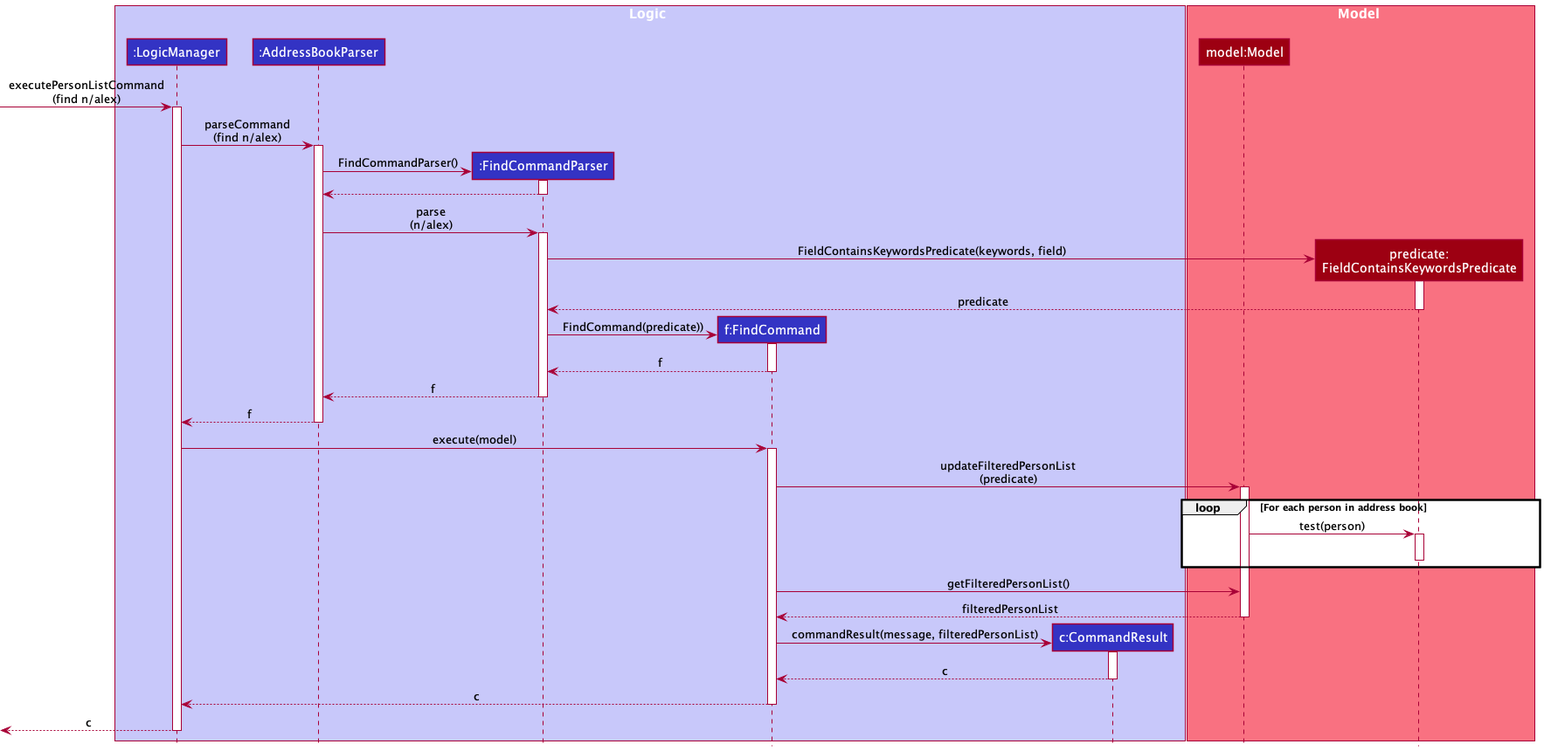
The PlantUML diagram docs/images/FindSequenceDiagram.png in tonishka/tp, before a commit. Its diagram source:
```plantuml
@startuml
!include style.puml

box Logic LOGIC_COLOR_T1
participant ":LogicManager" as LogicManager LOGIC_COLOR
participant ":AddressBookParser" as AddressBookParser LOGIC_COLOR
participant ":FindCommandParser" as FindCommandParser LOGIC_COLOR
participant "f:FindCommand" as FindCommand LOGIC_COLOR
participant "c:CommandResult" as CommandResult LOGIC_COLOR
end box

box Model MODEL_COLOR_T1
participant "model:Model" as model MODEL_COLOR
participant "predicate:\nFieldContainsKeywordsPredicate"  as FieldContainsKeywordsPredicate MODEL_COLOR
end box

[-> LogicManager : executePersonListCommand\n(find n/alex)
activate LogicManager

LogicManager -> AddressBookParser : parseCommand\n(find n/alex)
activate AddressBookParser

AddressBookParser -> FindCommandParser** : FindCommandParser()
activate FindCommandParser
AddressBookParser <-- FindCommandParser
deactivate FindCommandParser

AddressBookParser -> FindCommandParser : parse\n(n/alex)
activate FindCommandParser

FindCommandParser -> FieldContainsKeywordsPredicate** : FieldContainsKeywordsPredicate(keywords, field)
activate FieldContainsKeywordsPredicate
FieldContainsKeywordsPredicate --> FindCommandParser :predicate
deactivate FieldContainsKeywordsPredicate

FindCommandParser -> FindCommand** :FindCommand(predicate))
activate FindCommand
FindCommandParser <-- FindCommand :f
deactivate FindCommand

AddressBookParser <-- FindCommandParser :f
deactivate FindCommandParser
LogicManager <-- AddressBookParser :f
deactivate AddressBookParser
LogicManager -> FindCommand : execute(model)
activate FindCommand

FindCommand -> model : updateFilteredPersonList\n(predicate)
activate model
loop For each person in address book
model -> FieldContainsKeywordsPredicate : test(person)
activate FieldContainsKeywordsPredicate
deactivate FieldContainsKeywordsPredicate
end
FindCommand -> model : getFilteredPersonList()
model --> FindCommand :filteredPersonList
deactivate model
FindCommand -> CommandResult** : commandResult(message, filteredPersonList)
activate CommandResult
FindCommand <-- CommandResult :c
deactivate CommandResult
LogicManager <-- FindCommand :c
deactivate FindCommand
<-- LogicManager :c
deactivate LogicManager
@enduml
```
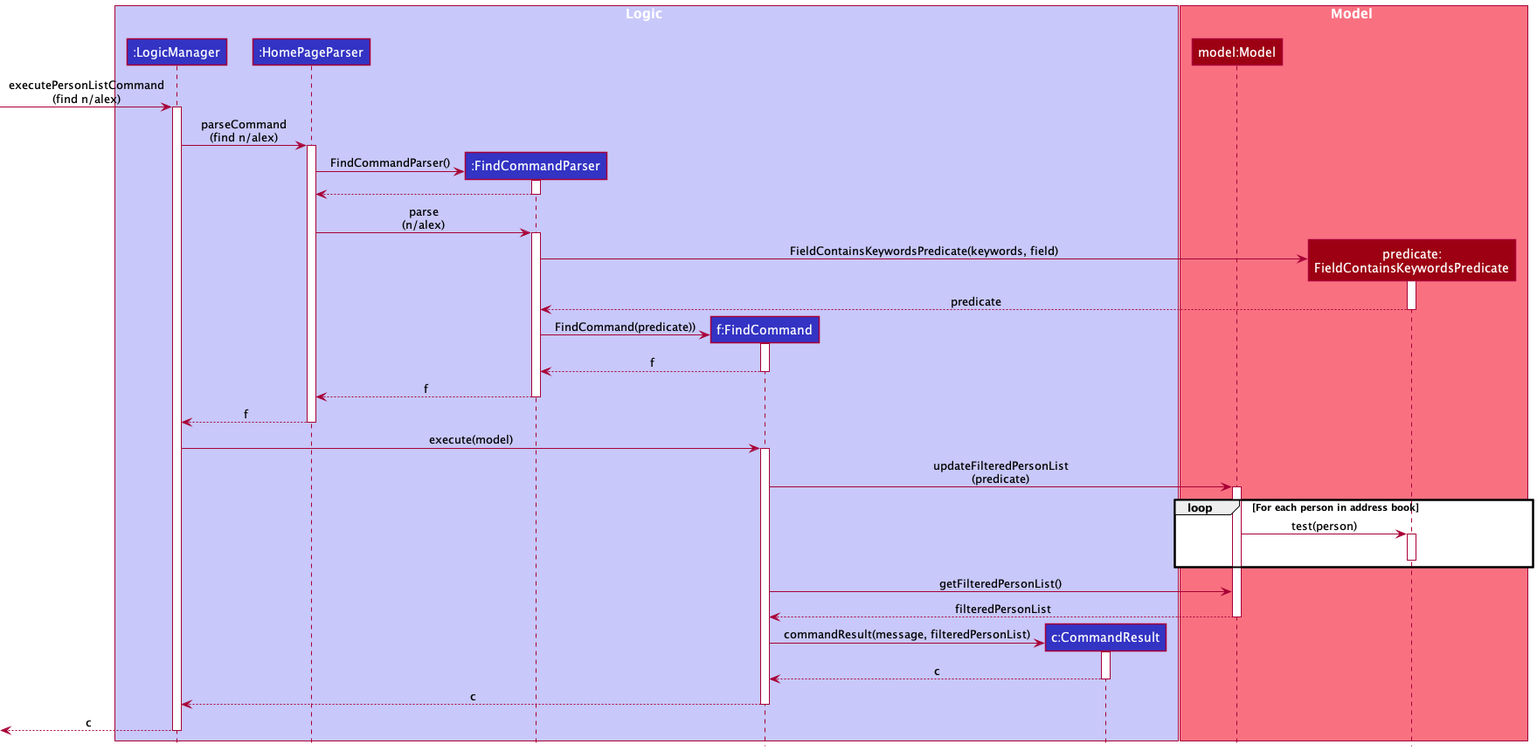
After the commit.

What changed in the source:
```diff
@@ -3,7 +3,7 @@
 
 box Logic LOGIC_COLOR_T1
 participant ":LogicManager" as LogicManager LOGIC_COLOR
-participant ":AddressBookParser" as AddressBookParser LOGIC_COLOR
+participant ":HomePageParser" as HomePageParser LOGIC_COLOR
 participant ":FindCommandParser" as FindCommandParser LOGIC_COLOR
 participant "f:FindCommand" as FindCommand LOGIC_COLOR
 participant "c:CommandResult" as CommandResult LOGIC_COLOR
@@ -17,15 +17,15 @@
 [-> LogicManager : executePersonListCommand\n(find n/alex)
 activate LogicManager
 
-LogicManager -> AddressBookParser : parseCommand\n(find n/alex)
-activate AddressBookParser
+LogicManager -> HomePageParser : parseCommand\n(find n/alex)
+activate HomePageParser
 
-AddressBookParser -> FindCommandParser** : FindCommandParser()
+HomePageParser -> FindCommandParser** : FindCommandParser()
 activate FindCommandParser
-AddressBookParser <-- FindCommandParser
+HomePageParser <-- FindCommandParser
 deactivate FindCommandParser
 
-AddressBookParser -> FindCommandParser : parse\n(n/alex)
+HomePageParser -> FindCommandParser : parse\n(n/alex)
 activate FindCommandParser
 
 FindCommandParser -> FieldContainsKeywordsPredicate** : FieldContainsKeywordsPredicate(keywords, field)
@@ -38,10 +38,10 @@
 FindCommandParser <-- FindCommand :f
 deactivate FindCommand
 
-AddressBookParser <-- FindCommandParser :f
+HomePageParser <-- FindCommandParser :f
 deactivate FindCommandParser
-LogicManager <-- AddressBookParser :f
-deactivate AddressBookParser
+LogicManager <-- HomePageParser :f
+deactivate HomePageParser
 LogicManager -> FindCommand : execute(model)
 activate FindCommand
 
```
